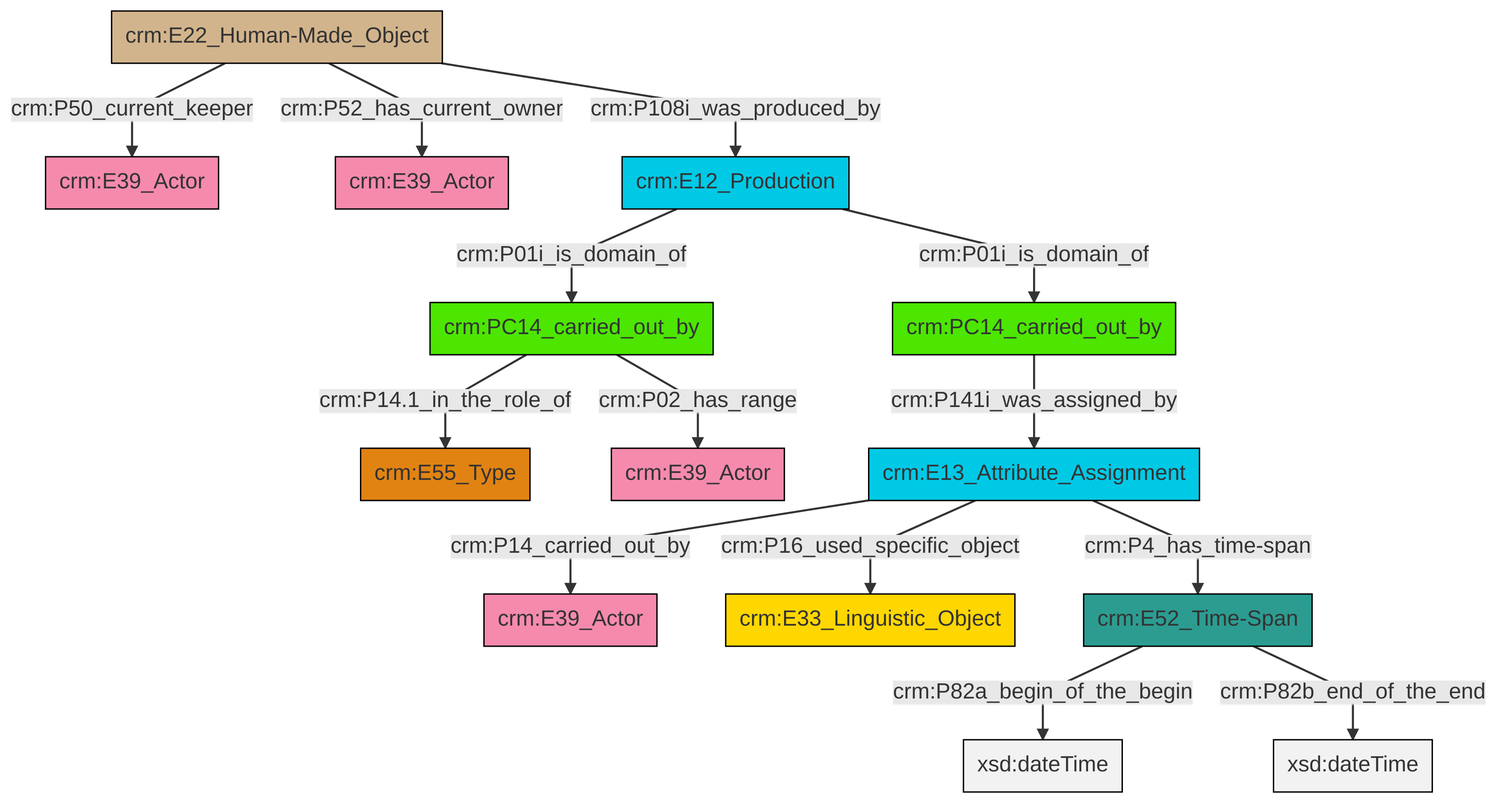
This is et/carrierCSV/ttl/mmd/png/carrier_relations.png from swiss-art-research-net/docs.swissartresearch, a Mermaid export, as it was before one commit. Its source is kept beside it as et/carrierCSV/ttl/mmd/carrier_relations.ttl.mmd.
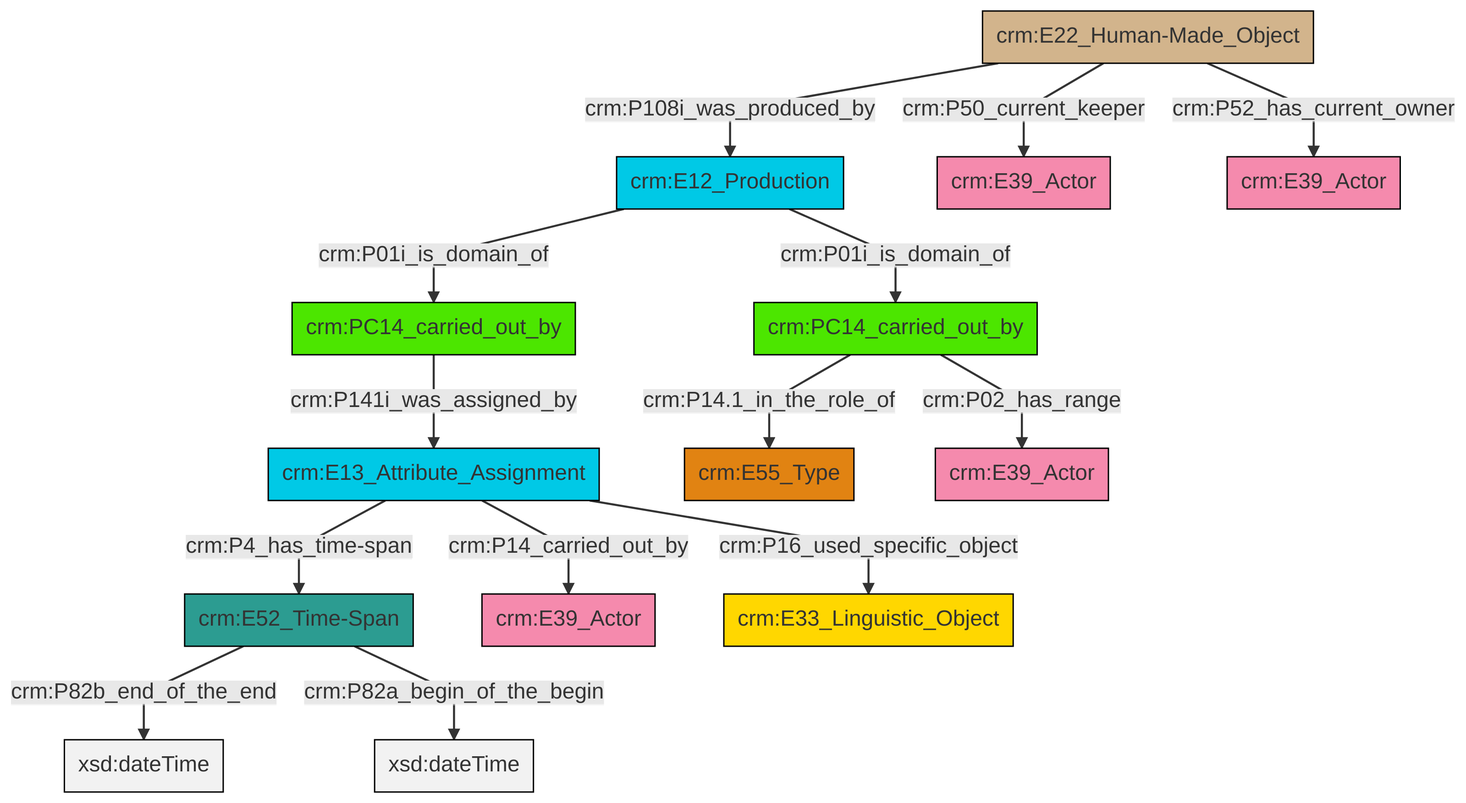
The same diagram one commit later.

The edit, as a diff of the source:
```diff
@@ -13,16 +13,16 @@
 classDef PC_Classes fill:#4ce600, stroke:#000000;
 classDef Multi fill:#cccccc,stroke:#000000;
 
-0["crm:PC14_carried_out_by"]:::PC_Classes -->|crm:P14.1_in_the_role_of| 1["crm:E55_Type"]:::Type
-2["crm:E52_Time-Span"]:::Time-Span -->|crm:P82a_begin_of_the_begin| 3[xsd:dateTime]:::Literal
-4["crm:E13_Attribute_Assignment"]:::Temporal_Entity -->|crm:P14_carried_out_by| 5["crm:E39_Actor"]:::Actor
-4["crm:E13_Attribute_Assignment"]:::Temporal_Entity -->|crm:P16_used_specific_object| 6["crm:E33_Linguistic_Object"]:::Conceptual_Object
-7["crm:E22_Human-Made_Object"]:::Physical_Thing -->|crm:P50_current_keeper| 8["crm:E39_Actor"]:::Actor
-2["crm:E52_Time-Span"]:::Time-Span -->|crm:P82b_end_of_the_end| 9[xsd:dateTime]:::Literal
-11["crm:E12_Production"]:::Temporal_Entity -->|crm:P01i_is_domain_of| 0["crm:PC14_carried_out_by"]:::PC_Classes
-7["crm:E22_Human-Made_Object"]:::Physical_Thing -->|crm:P52_has_current_owner| 12["crm:E39_Actor"]:::Actor
-7["crm:E22_Human-Made_Object"]:::Physical_Thing -->|crm:P108i_was_produced_by| 11["crm:E12_Production"]:::Temporal_Entity
-4["crm:E13_Attribute_Assignment"]:::Temporal_Entity -->|crm:P4_has_time-span| 2["crm:E52_Time-Span"]:::Time-Span
-17["crm:PC14_carried_out_by"]:::PC_Classes -->|crm:P141i_was_assigned_by| 4["crm:E13_Attribute_Assignment"]:::Temporal_Entity
-0["crm:PC14_carried_out_by"]:::PC_Classes -->|crm:P02_has_range| 21["crm:E39_Actor"]:::Actor
-11["crm:E12_Production"]:::Temporal_Entity -->|crm:P01i_is_domain_of| 17["crm:PC14_carried_out_by"]:::PC_Classes
+0["crm:E52_Time-Span"]:::Time-Span -->|crm:P82b_end_of_the_end| 1[xsd:dateTime]:::Literal
+2["crm:E12_Production"]:::Temporal_Entity -->|crm:P01i_is_domain_of| 3["crm:PC14_carried_out_by"]:::PC_Classes
+3["crm:PC14_carried_out_by"]:::PC_Classes -->|crm:P141i_was_assigned_by| 4["crm:E13_Attribute_Assignment"]:::Temporal_Entity
+10["crm:E22_Human-Made_Object"]:::Physical_Thing -->|crm:P50_current_keeper| 11["crm:E39_Actor"]:::Actor
+0["crm:E52_Time-Span"]:::Time-Span -->|crm:P82a_begin_of_the_begin| 18[xsd:dateTime]:::Literal
+2["crm:E12_Production"]:::Temporal_Entity -->|crm:P01i_is_domain_of| 21["crm:PC14_carried_out_by"]:::PC_Classes
+4["crm:E13_Attribute_Assignment"]:::Temporal_Entity -->|crm:P16_used_specific_object| 14["crm:E33_Linguistic_Object"]:::Conceptual_Object
+10["crm:E22_Human-Made_Object"]:::Physical_Thing -->|crm:P108i_was_produced_by| 2["crm:E12_Production"]:::Temporal_Entity
+4["crm:E13_Attribute_Assignment"]:::Temporal_Entity -->|crm:P4_has_time-span| 0["crm:E52_Time-Span"]:::Time-Span
+21["crm:PC14_carried_out_by"]:::PC_Classes -->|crm:P02_has_range| 19["crm:E39_Actor"]:::Actor
+10["crm:E22_Human-Made_Object"]:::Physical_Thing -->|crm:P52_has_current_owner| 16["crm:E39_Actor"]:::Actor
+21["crm:PC14_carried_out_by"]:::PC_Classes -->|crm:P14.1_in_the_role_of| 12["crm:E55_Type"]:::Type
+4["crm:E13_Attribute_Assignment"]:::Temporal_Entity -->|crm:P14_carried_out_by| 6["crm:E39_Actor"]:::Actor
```
